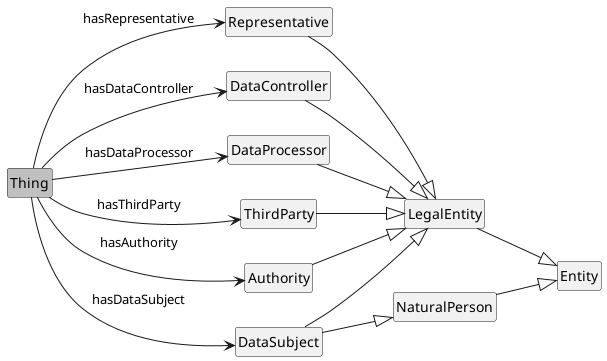
Above: media/overview_Entities.png in jeswr/dpv (PlantUML), before the change.
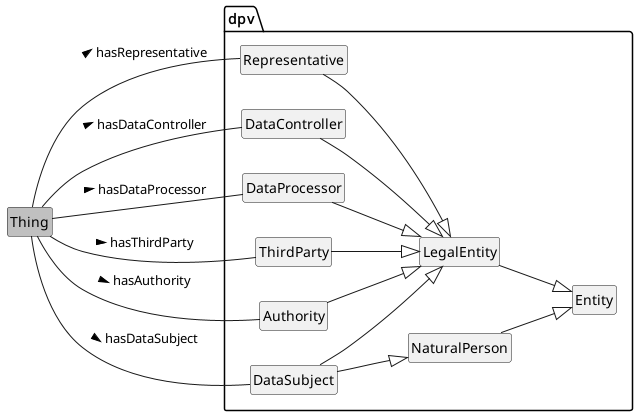
The same diagram one commit later.

What changed in the source:
```diff
@@ -3,16 +3,17 @@
 left to right direction
 
 class Thing #silver
-class Representative
-class DataController
-class DataProcessor
-class ThirdParty
-class Authority
-class DataSubject
-class LegalEntity
-class NaturalPerson
-class Entity
-
+package dpv {
+	class Representative
+	class DataController
+	class DataProcessor
+	class ThirdParty
+	class Authority
+	class DataSubject
+	class LegalEntity
+	class NaturalPerson
+	class Entity
+}
 Representative --|> LegalEntity
 DataController --|> LegalEntity
 DataProcessor --|> LegalEntity
@@ -23,11 +24,11 @@
 LegalEntity --|> Entity
 NaturalPerson --|> Entity
 
-Thing --> Representative: hasRepresentative
-Thing --> DataController: hasDataController
-Thing --> DataProcessor: hasDataProcessor
-Thing --> ThirdParty: hasThirdParty
-Thing --> Authority: hasAuthority
-Thing --> DataSubject: hasDataSubject
+Thing -- Representative: hasRepresentative >
+Thing -- DataController: hasDataController >
+Thing -- DataProcessor: hasDataProcessor >
+Thing -- ThirdParty: hasThirdParty >
+Thing -- Authority: hasAuthority >
+Thing -- DataSubject: hasDataSubject >
 
 @enduml
```
